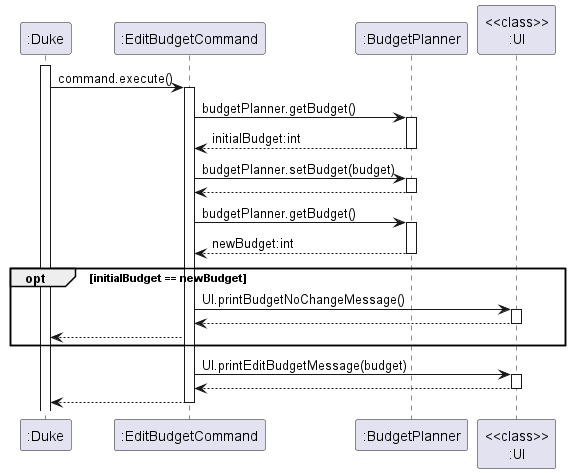
Before: docs/diagrams/budget/EditBudgetCommand.png, a diagram exported from PlantUML (nus-cs2113-AY2223S2/tp). Source of this version:
```plantuml
@startuml
activate ":Duke"
":Duke" -> ":EditBudgetCommand" : command.execute()
activate ":EditBudgetCommand"
":EditBudgetCommand" -> ":BudgetPlanner" : budgetPlanner.getBudget()
activate ":BudgetPlanner"
":EditBudgetCommand" <-- ":BudgetPlanner" : initialBudget:int
deactivate ":BudgetPlanner"
":EditBudgetCommand" -> ":BudgetPlanner" : budgetPlanner.setBudget(budget)
activate ":BudgetPlanner"
":EditBudgetCommand" <-- ":BudgetPlanner"
deactivate ":BudgetPlanner"
":EditBudgetCommand" -> ":BudgetPlanner" : budgetPlanner.getBudget()
activate ":BudgetPlanner"
":EditBudgetCommand" <-- ":BudgetPlanner" : newBudget:int
deactivate ":BudgetPlanner"
opt initialBudget == newBudget
":EditBudgetCommand" -> "<<class>>\n:UI" : UI.printBudgetNoChangeMessage()
activate "<<class>>\n:UI"
":EditBudgetCommand" <-- "<<class>>\n:UI"
deactivate "<<class>>\n:UI"
":EditBudgetCommand" --> ":Duke"
end
":EditBudgetCommand" -> "<<class>>\n:UI" : UI.printEditBudgetMessage(budget)
activate "<<class>>\n:UI"
":EditBudgetCommand" <-- "<<class>>\n:UI"
deactivate "<<class>>\n:UI"
":EditBudgetCommand" --> ":Duke"
deactivate ":EditBudgetCommand"
@enduml
```
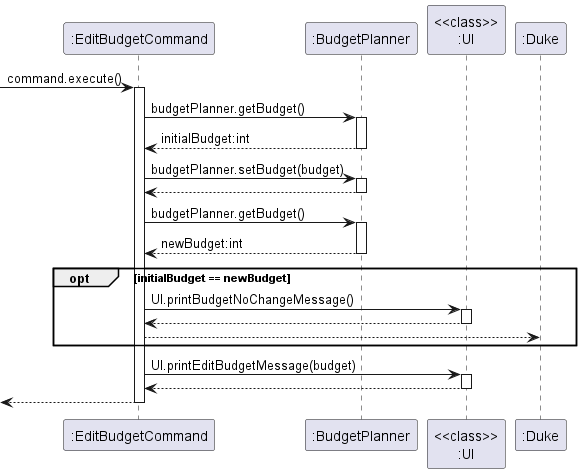
Above is the later version.

Commit message:
Remove Duke from diagrams

What changed in the source:
```diff
@@ -1,6 +1,5 @@
 @startuml
-activate ":Duke"
-":Duke" -> ":EditBudgetCommand" : command.execute()
+-> ":EditBudgetCommand" : command.execute()
 activate ":EditBudgetCommand"
 ":EditBudgetCommand" -> ":BudgetPlanner" : budgetPlanner.getBudget()
 activate ":BudgetPlanner"
@@ -25,6 +24,6 @@
 activate "<<class>>\n:UI"
 ":EditBudgetCommand" <-- "<<class>>\n:UI"
 deactivate "<<class>>\n:UI"
-":EditBudgetCommand" --> ":Duke"
+<-- ":EditBudgetCommand"
 deactivate ":EditBudgetCommand"
 @enduml
```
